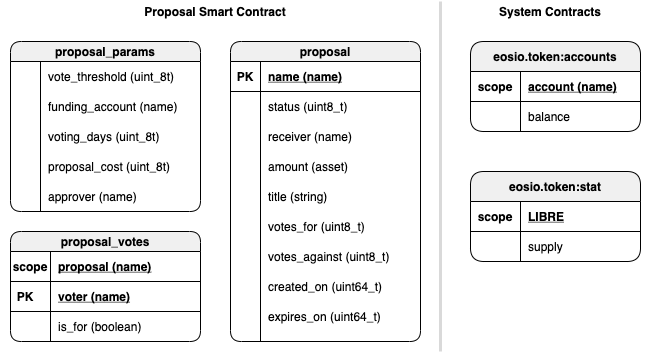
Above: docs/data-model.png in edenia/btc-libre-governance (draw.io), before the change. Source tidied: cells renumbered, new cells last; positions are measured from the earlier drawing's top-left corner, leaving out a move shared by most shapes. Source of this version:
```xml
<mxGraphModel>
  <root>
    <mxCell id="0" />
    <mxCell id="1" parent="0" />
    <mxCell id="2" value="proposal" style="shape=table;startSize=20;rowLines=0;fontStyle=1;align=center;rounded=1;shadow=0;glass=0;sketch=0;arcSize=18;fillColor=#F0F0F0;" parent="1" vertex="1">
      <mxGeometry x="230" y="40" width="190" height="300" as="geometry" />
    </mxCell>
    <mxCell id="3" style="shape=partialRectangle;fillColor=none;top=0;left=0;bottom=1;right=0;" parent="2" vertex="1">
      <mxGeometry y="20" width="190" height="30" as="geometry" />
    </mxCell>
    <mxCell id="4" value="PK" style="shape=partialRectangle;fillColor=none;top=0;left=0;bottom=0;right=0;fontStyle=1;overflow=hidden;" parent="3" vertex="1">
      <mxGeometry width="30" height="30" as="geometry" />
    </mxCell>
    <mxCell id="5" value="name (name)" style="shape=partialRectangle;fillColor=none;top=0;left=0;bottom=0;right=0;align=left;spacingLeft=6;fontStyle=5;overflow=hidden;" parent="3" vertex="1">
      <mxGeometry x="30" width="160" height="30" as="geometry" />
    </mxCell>
    <mxCell id="6" style="shape=partialRectangle;fillColor=none;top=0;left=0;bottom=0;right=0;" parent="2" vertex="1">
      <mxGeometry y="50" width="190" height="30" as="geometry" />
    </mxCell>
    <mxCell id="7" style="shape=partialRectangle;fillColor=none;top=0;left=0;bottom=0;right=0;overflow=hidden;" parent="6" vertex="1">
      <mxGeometry width="30" height="30" as="geometry" />
    </mxCell>
    <mxCell id="8" value="status (uint8_t)" style="shape=partialRectangle;fillColor=none;top=0;left=0;bottom=0;right=0;align=left;spacingLeft=6;overflow=hidden;" parent="6" vertex="1">
      <mxGeometry x="30" width="160" height="30" as="geometry" />
    </mxCell>
    <mxCell id="9" style="shape=partialRectangle;fillColor=none;top=0;left=0;bottom=0;right=0;" parent="2" vertex="1">
      <mxGeometry y="80" width="190" height="30" as="geometry" />
    </mxCell>
    <mxCell id="10" style="shape=partialRectangle;fillColor=none;top=0;left=0;bottom=0;right=0;overflow=hidden;" parent="9" vertex="1">
      <mxGeometry width="30" height="30" as="geometry" />
    </mxCell>
    <mxCell id="11" value="receiver (name)" style="shape=partialRectangle;fillColor=none;top=0;left=0;bottom=0;right=0;align=left;spacingLeft=6;overflow=hidden;" parent="9" vertex="1">
      <mxGeometry x="30" width="160" height="30" as="geometry" />
    </mxCell>
    <mxCell id="12" style="shape=partialRectangle;fillColor=none;top=0;left=0;bottom=0;right=0;" parent="2" vertex="1">
      <mxGeometry y="110" width="190" height="30" as="geometry" />
    </mxCell>
    <mxCell id="13" style="shape=partialRectangle;fillColor=none;top=0;left=0;bottom=0;right=0;overflow=hidden;" parent="12" vertex="1">
      <mxGeometry width="30" height="30" as="geometry" />
    </mxCell>
    <mxCell id="14" value="amount (asset)" style="shape=partialRectangle;fillColor=none;top=0;left=0;bottom=0;right=0;align=left;spacingLeft=6;overflow=hidden;" parent="12" vertex="1">
      <mxGeometry x="30" width="160" height="30" as="geometry" />
    </mxCell>
    <mxCell id="15" value="eosio.token:accounts" style="shape=table;startSize=30;rowLines=0;fontStyle=1;align=center;rounded=1;shadow=0;glass=0;sketch=0;fillColor=#F0F0F0;" parent="1" vertex="1">
      <mxGeometry x="470" y="40" width="170" height="90" as="geometry" />
    </mxCell>
    <mxCell id="16" style="shape=partialRectangle;fillColor=none;top=0;left=0;bottom=1;right=0;" parent="15" vertex="1">
      <mxGeometry y="30" width="170" height="30" as="geometry" />
    </mxCell>
    <mxCell id="17" value="scope" style="shape=partialRectangle;fillColor=none;top=0;left=0;bottom=0;right=0;fontStyle=1;overflow=hidden;" parent="16" vertex="1">
      <mxGeometry width="50" height="30" as="geometry" />
    </mxCell>
    <mxCell id="18" style="shape=partialRectangle;fillColor=none;top=0;left=0;bottom=0;right=0;align=left;spacingLeft=6;fontStyle=5;overflow=hidden;" parent="16" vertex="1">
      <mxGeometry x="50" width="120" height="30" as="geometry" />
    </mxCell>
    <mxCell id="19" style="shape=partialRectangle;fillColor=none;top=0;left=0;bottom=0;right=0;" parent="15" vertex="1">
      <mxGeometry y="60" width="170" height="30" as="geometry" />
    </mxCell>
    <mxCell id="20" style="shape=partialRectangle;fillColor=none;top=0;left=0;bottom=0;right=0;overflow=hidden;" parent="19" vertex="1">
      <mxGeometry width="50" height="30" as="geometry" />
    </mxCell>
    <mxCell id="21" value="balance" style="shape=partialRectangle;fillColor=none;top=0;left=0;bottom=0;right=0;align=left;spacingLeft=6;overflow=hidden;" parent="19" vertex="1">
      <mxGeometry x="50" width="120" height="30" as="geometry" />
    </mxCell>
    <mxCell id="22" style="endArrow=none;html=1;strokeWidth=3;strokeColor=#D9D9D9;" parent="1" edge="1">
      <mxGeometry relative="1" as="geometry">
        <mxPoint x="440" y="350" as="sourcePoint" />
        <mxPoint x="440" as="targetPoint" />
      </mxGeometry>
    </mxCell>
    <mxCell id="23" value="Proposal Smart Contract" style="text;html=1;strokeColor=none;fillColor=none;align=center;verticalAlign=middle;whiteSpace=wrap;rounded=0;shadow=0;glass=0;sketch=0;fontStyle=1;" parent="1" vertex="1">
      <mxGeometry width="430" height="20" as="geometry" />
    </mxCell>
    <mxCell id="24" value="System Contracts" style="text;html=1;strokeColor=none;fillColor=none;align=center;verticalAlign=middle;whiteSpace=wrap;rounded=0;shadow=0;glass=0;sketch=0;fontStyle=1;" parent="1" vertex="1">
      <mxGeometry x="480" width="140" height="20" as="geometry" />
    </mxCell>
    <mxCell id="25" value="proposal_params" style="shape=table;startSize=20;rowLines=0;fontStyle=1;align=center;rounded=1;shadow=0;glass=0;sketch=0;arcSize=18;fillColor=#F0F0F0;" parent="1" vertex="1">
      <mxGeometry x="10" y="40" width="190" height="170" as="geometry" />
    </mxCell>
    <mxCell id="26" style="shape=partialRectangle;fillColor=none;top=0;left=0;bottom=0;right=0;" parent="25" vertex="1">
      <mxGeometry y="20" width="190" height="30" as="geometry" />
    </mxCell>
    <mxCell id="27" style="shape=partialRectangle;fillColor=none;top=0;left=0;bottom=0;right=0;overflow=hidden;" parent="26" vertex="1">
      <mxGeometry width="30" height="30" as="geometry" />
    </mxCell>
    <mxCell id="28" value="vote_threshold (uint_8t)" style="shape=partialRectangle;fillColor=none;top=0;left=0;bottom=0;right=0;align=left;spacingLeft=6;overflow=hidden;" parent="26" vertex="1">
      <mxGeometry x="30" width="160" height="30" as="geometry" />
    </mxCell>
    <mxCell id="29" style="shape=partialRectangle;fillColor=none;top=0;left=0;bottom=0;right=0;" parent="1" vertex="1">
      <mxGeometry x="10" y="120" width="190" height="30" as="geometry" />
    </mxCell>
    <mxCell id="30" style="shape=partialRectangle;fillColor=none;top=0;left=0;bottom=0;right=0;overflow=hidden;" parent="29" vertex="1">
      <mxGeometry width="30" height="30" as="geometry" />
    </mxCell>
    <mxCell id="31" value="voting_days (uint_8t)" style="shape=partialRectangle;fillColor=none;top=0;left=0;bottom=0;right=0;align=left;spacingLeft=6;overflow=hidden;" parent="29" vertex="1">
      <mxGeometry x="30" width="160" height="30" as="geometry" />
    </mxCell>
    <mxCell id="32" value="account (name)" style="shape=partialRectangle;fillColor=none;top=0;left=0;bottom=0;right=0;align=left;spacingLeft=6;fontStyle=5;overflow=hidden;" parent="1" vertex="1">
      <mxGeometry x="520" y="70" width="130" height="30" as="geometry" />
    </mxCell>
    <mxCell id="33" value="eosio.token:stat" style="shape=table;startSize=30;rowLines=0;fontStyle=1;align=center;rounded=1;shadow=0;glass=0;sketch=0;fillColor=#F0F0F0;" parent="1" vertex="1">
      <mxGeometry x="470" y="170" width="170" height="90" as="geometry" />
    </mxCell>
    <mxCell id="34" style="shape=partialRectangle;fillColor=none;top=0;left=0;bottom=1;right=0;" parent="33" vertex="1">
      <mxGeometry y="30" width="170" height="30" as="geometry" />
    </mxCell>
    <mxCell id="35" value="scope" style="shape=partialRectangle;fillColor=none;top=0;left=0;bottom=0;right=0;fontStyle=1;overflow=hidden;" parent="34" vertex="1">
      <mxGeometry width="50" height="30" as="geometry" />
    </mxCell>
    <mxCell id="36" value="LIBRE" style="shape=partialRectangle;fillColor=none;top=0;left=0;bottom=0;right=0;align=left;spacingLeft=6;fontStyle=5;overflow=hidden;" parent="34" vertex="1">
      <mxGeometry x="50" width="120" height="30" as="geometry" />
    </mxCell>
    <mxCell id="37" style="shape=partialRectangle;fillColor=none;top=0;left=0;bottom=0;right=0;" parent="33" vertex="1">
      <mxGeometry y="60" width="170" height="30" as="geometry" />
    </mxCell>
    <mxCell id="38" style="shape=partialRectangle;fillColor=none;top=0;left=0;bottom=0;right=0;overflow=hidden;" parent="37" vertex="1">
      <mxGeometry width="50" height="30" as="geometry" />
    </mxCell>
    <mxCell id="39" value="supply" style="shape=partialRectangle;fillColor=none;top=0;left=0;bottom=0;right=0;align=left;spacingLeft=6;overflow=hidden;" parent="37" vertex="1">
      <mxGeometry x="50" width="120" height="30" as="geometry" />
    </mxCell>
    <mxCell id="40" value="created_on (uint64_t)" style="shape=partialRectangle;fillColor=none;top=0;left=0;bottom=0;right=0;align=left;spacingLeft=6;overflow=hidden;" parent="1" vertex="1">
      <mxGeometry x="260" y="270" width="160" height="30" as="geometry" />
    </mxCell>
    <mxCell id="41" value="title (string)" style="shape=partialRectangle;fillColor=none;top=0;left=0;bottom=0;right=0;align=left;spacingLeft=6;overflow=hidden;" parent="1" vertex="1">
      <mxGeometry x="260" y="180" width="160" height="30" as="geometry" />
    </mxCell>
    <mxCell id="42" style="shape=partialRectangle;fillColor=none;top=0;left=0;bottom=0;right=0;" parent="1" vertex="1">
      <mxGeometry x="10" y="160" width="190" height="70" as="geometry" />
    </mxCell>
    <mxCell id="43" style="shape=partialRectangle;fillColor=none;top=0;left=0;bottom=0;right=0;overflow=hidden;" parent="42" vertex="1">
      <mxGeometry width="30" height="70" as="geometry" />
    </mxCell>
    <mxCell id="44" value="approver (name)" style="shape=partialRectangle;fillColor=none;top=0;left=0;bottom=0;right=0;align=left;spacingLeft=6;overflow=hidden;" parent="42" vertex="1">
      <mxGeometry x="30" width="160" height="70" as="geometry" />
    </mxCell>
    <mxCell id="45" value="votes_for (uint8_t)" style="shape=partialRectangle;fillColor=none;top=0;left=0;bottom=0;right=0;align=left;spacingLeft=6;overflow=hidden;" parent="1" vertex="1">
      <mxGeometry x="260" y="210" width="160" height="30" as="geometry" />
    </mxCell>
    <mxCell id="46" value="votes_against (uint8_t)" style="shape=partialRectangle;fillColor=none;top=0;left=0;bottom=0;right=0;align=left;spacingLeft=6;overflow=hidden;" parent="1" vertex="1">
      <mxGeometry x="260" y="240" width="160" height="30" as="geometry" />
    </mxCell>
    <mxCell id="47" value="expires_on (uint64_t)" style="shape=partialRectangle;fillColor=none;top=0;left=0;bottom=0;right=0;align=left;spacingLeft=6;overflow=hidden;" parent="1" vertex="1">
      <mxGeometry x="260" y="300" width="160" height="30" as="geometry" />
    </mxCell>
    <mxCell id="48" value="funding_account (name)" style="shape=partialRectangle;fillColor=none;top=0;left=0;bottom=0;right=0;align=left;spacingLeft=6;overflow=hidden;" parent="1" vertex="1">
      <mxGeometry x="40" y="90" width="160" height="30" as="geometry" />
    </mxCell>
    <mxCell id="49" style="shape=partialRectangle;fillColor=none;top=0;left=0;bottom=0;right=0;" parent="1" vertex="1">
      <mxGeometry x="10" y="150" width="190" height="30" as="geometry" />
    </mxCell>
    <mxCell id="50" style="shape=partialRectangle;fillColor=none;top=0;left=0;bottom=0;right=0;overflow=hidden;" parent="49" vertex="1">
      <mxGeometry width="30" height="30" as="geometry" />
    </mxCell>
    <mxCell id="51" value="proposal_cost (uint_8t)" style="shape=partialRectangle;fillColor=none;top=0;left=0;bottom=0;right=0;align=left;spacingLeft=6;overflow=hidden;" parent="1" vertex="1">
      <mxGeometry x="40" y="150" width="160" height="30" as="geometry" />
    </mxCell>
    <mxCell id="52" value="proposal_votes" style="shape=table;startSize=20;rowLines=0;fontStyle=1;align=center;rounded=1;shadow=0;glass=0;sketch=0;arcSize=18;fillColor=#F0F0F0;" parent="1" vertex="1">
      <mxGeometry x="10" y="230" width="190" height="110" as="geometry" />
    </mxCell>
    <mxCell id="53" style="shape=partialRectangle;fillColor=none;top=0;left=0;bottom=0;right=0;" parent="52" vertex="1">
      <mxGeometry y="20" width="190" height="30" as="geometry" />
    </mxCell>
    <mxCell id="54" style="shape=partialRectangle;fillColor=none;top=0;left=0;bottom=0;right=0;overflow=hidden;" parent="53" vertex="1">
      <mxGeometry width="40" height="30" as="geometry" />
    </mxCell>
    <mxCell id="55" style="shape=partialRectangle;fillColor=none;top=0;left=0;bottom=0;right=0;align=left;spacingLeft=6;overflow=hidden;" parent="53" vertex="1">
      <mxGeometry x="40" width="150" height="30" as="geometry" />
    </mxCell>
    <mxCell id="56" style="shape=partialRectangle;fillColor=none;top=0;left=0;bottom=1;right=0;" parent="1" vertex="1">
      <mxGeometry x="10" y="280" width="190" height="30" as="geometry" />
    </mxCell>
    <mxCell id="57" value="PK" style="shape=partialRectangle;fillColor=none;top=0;left=0;bottom=0;right=0;fontStyle=1;overflow=hidden;" parent="56" vertex="1">
      <mxGeometry width="30" height="30" as="geometry" />
    </mxCell>
    <mxCell id="58" value="voter (name)" style="shape=partialRectangle;fillColor=none;top=0;left=0;bottom=0;right=0;align=left;spacingLeft=6;fontStyle=5;overflow=hidden;" parent="56" vertex="1">
      <mxGeometry x="40" width="160" height="30" as="geometry" />
    </mxCell>
    <mxCell id="59" value="is_for (boolean)" style="shape=partialRectangle;fillColor=none;top=0;left=0;bottom=0;right=0;align=left;spacingLeft=6;overflow=hidden;" parent="1" vertex="1">
      <mxGeometry x="50" y="310" width="160" height="30" as="geometry" />
    </mxCell>
    <mxCell id="60" style="shape=partialRectangle;fillColor=none;top=0;left=0;bottom=1;right=0;" parent="1" vertex="1">
      <mxGeometry x="10" y="250" width="190" height="30" as="geometry" />
    </mxCell>
    <mxCell id="61" value="scope" style="shape=partialRectangle;fillColor=none;top=0;left=0;bottom=0;right=0;fontStyle=1;overflow=hidden;" parent="60" vertex="1">
      <mxGeometry width="40" height="30" as="geometry" />
    </mxCell>
    <mxCell id="62" value="proposal (name)" style="shape=partialRectangle;fillColor=none;top=0;left=0;bottom=0;right=0;align=left;spacingLeft=6;fontStyle=5;overflow=hidden;" parent="60" vertex="1">
      <mxGeometry x="40" width="160" height="30" as="geometry" />
    </mxCell>
  </root>
</mxGraphModel>
```
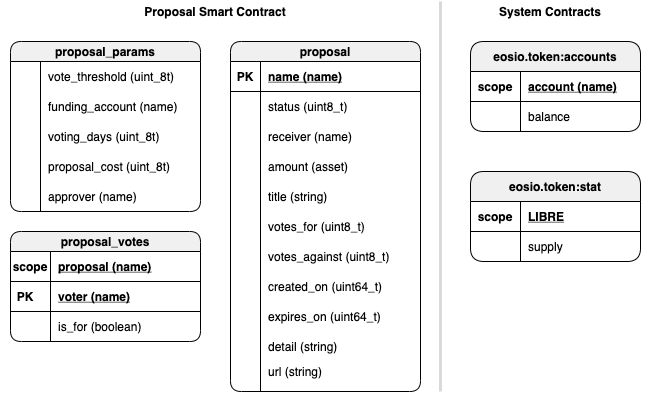
Later version of the same file.

Diff of the diagram source:
```diff
@@ -3,7 +3,7 @@
     <mxCell id="0" />
     <mxCell id="1" parent="0" />
     <mxCell id="2" value="proposal" style="shape=table;startSize=20;rowLines=0;fontStyle=1;align=center;rounded=1;shadow=0;glass=0;sketch=0;arcSize=18;fillColor=#F0F0F0;" parent="1" vertex="1">
-      <mxGeometry x="230" y="40" width="190" height="300" as="geometry" />
+      <mxGeometry x="230" y="40" width="190" height="350" as="geometry" />
     </mxCell>
     <mxCell id="3" style="shape=partialRectangle;fillColor=none;top=0;left=0;bottom=1;right=0;" parent="2" vertex="1">
       <mxGeometry y="20" width="190" height="30" as="geometry" />
@@ -64,7 +64,7 @@
     </mxCell>
     <mxCell id="22" style="endArrow=none;html=1;strokeWidth=3;strokeColor=#D9D9D9;" parent="1" edge="1">
       <mxGeometry relative="1" as="geometry">
-        <mxPoint x="440" y="350" as="sourcePoint" />
+        <mxPoint x="440" y="390" as="sourcePoint" />
         <mxPoint x="440" as="targetPoint" />
       </mxGeometry>
     </mxCell>
@@ -188,5 +188,11 @@
     <mxCell id="62" value="proposal (name)" style="shape=partialRectangle;fillColor=none;top=0;left=0;bottom=0;right=0;align=left;spacingLeft=6;fontStyle=5;overflow=hidden;" parent="60" vertex="1">
       <mxGeometry x="40" width="160" height="30" as="geometry" />
     </mxCell>
+    <mxCell id="63" value="detail (string)" style="shape=partialRectangle;fillColor=none;top=0;left=0;bottom=0;right=0;align=left;spacingLeft=6;overflow=hidden;" parent="1" vertex="1">
+      <mxGeometry x="260" y="330" width="160" height="30" as="geometry" />
+    </mxCell>
+    <mxCell id="64" value="url (string)" style="shape=partialRectangle;fillColor=none;top=0;left=0;bottom=0;right=0;align=left;spacingLeft=6;overflow=hidden;" parent="1" vertex="1">
+      <mxGeometry x="260" y="350" width="160" height="40" as="geometry" />
+    </mxCell>
   </root>
 </mxGraphModel>
```
